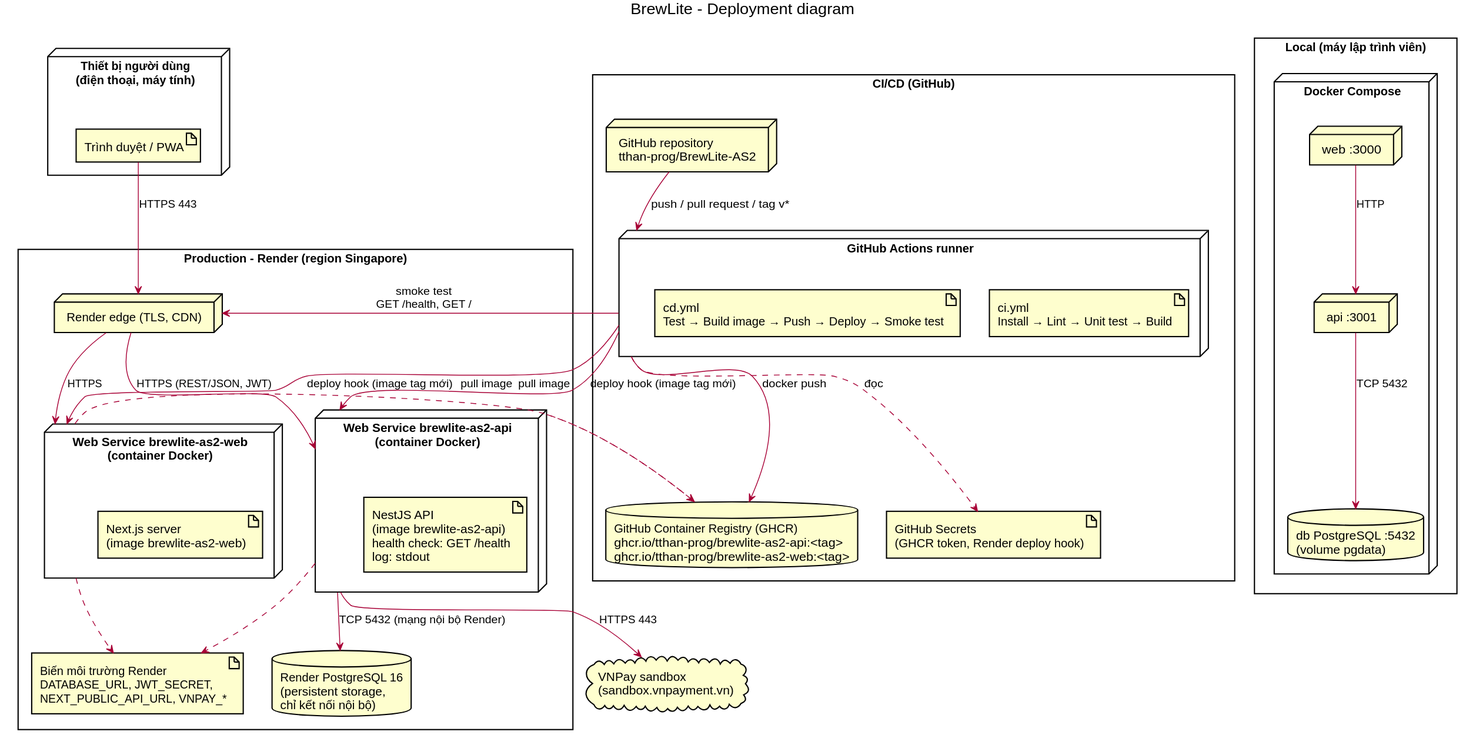
Before: docs/architecture/deployment-diagram.svg, a diagram exported from PlantUML (tthan-prog/BrewLite-AS2). Source of this version:
```plantuml
@startuml deployment-diagram
skinparam shadowing false
skinparam defaultFontName Arial
title BrewLite - Deployment diagram

rectangle "Local (máy lập trình viên)" as Local {
  node "Docker Compose" as Compose {
    node "web :3000" as LWeb
    node "api :3001" as LApi
    database "db PostgreSQL :5432\n(volume pgdata)" as LDb
  }
  LWeb --> LApi : HTTP
  LApi --> LDb : TCP 5432
}

rectangle "CI/CD (GitHub)" as CI {
  node "GitHub repository\ntthan-prog/BrewLite-AS2" as Repo
  node "GitHub Actions runner" as Runner {
    artifact "ci.yml\nInstall → Lint → Unit test → Build" as CiWf
    artifact "cd.yml\nTest → Build image → Push → Deploy → Smoke test" as CdWf
  }
  database "GitHub Container Registry (GHCR)\nghcr.io/tthan-prog/brewlite-as2-api:<tag>\nghcr.io/tthan-prog/brewlite-as2-web:<tag>" as GHCR
  artifact "GitHub Secrets\n(GHCR token, Render deploy hook)" as GhSecrets
  Repo --> Runner : push / pull request / tag v*
  Runner --> GHCR : docker push
  Runner ..> GhSecrets : đọc
}

node "Thiết bị người dùng\n(điện thoại, máy tính)" as Device {
  artifact "Trình duyệt / PWA" as BrowserApp
}

rectangle "Production - Render (region Singapore)" as Prod {
  node "Render edge (TLS, CDN)" as Edge
  node "Web Service brewlite-as2-web\n(container Docker)" as RWeb {
    artifact "Next.js server\n(image brewlite-as2-web)" as WebArt
  }
  node "Web Service brewlite-as2-api\n(container Docker)" as RApi {
    artifact "NestJS API\n(image brewlite-as2-api)\nhealth check: GET /health\nlog: stdout" as ApiArt
  }
  database "Render PostgreSQL 16\n(persistent storage,\nchỉ kết nối nội bộ)" as RDb
  artifact "Biến môi trường Render\nDATABASE_URL, JWT_SECRET,\nNEXT_PUBLIC_API_URL, VNPAY_*" as Env
}

cloud "VNPay sandbox\n(sandbox.vnpayment.vn)" as VNP

BrowserApp --> Edge : HTTPS 443
Edge --> RWeb : HTTPS
Edge --> RApi : HTTPS (REST/JSON, JWT)
RApi --> RDb : TCP 5432 (mạng nội bộ Render)
RApi --> VNP : HTTPS 443
RWeb ..> Env
RApi ..> Env
Runner --> RApi : deploy hook (image tag mới)
Runner --> RWeb : deploy hook (image tag mới)
RApi ..> GHCR : pull image
RWeb ..> GHCR : pull image
Runner --> Edge : smoke test\nGET /health, GET /
@enduml
```
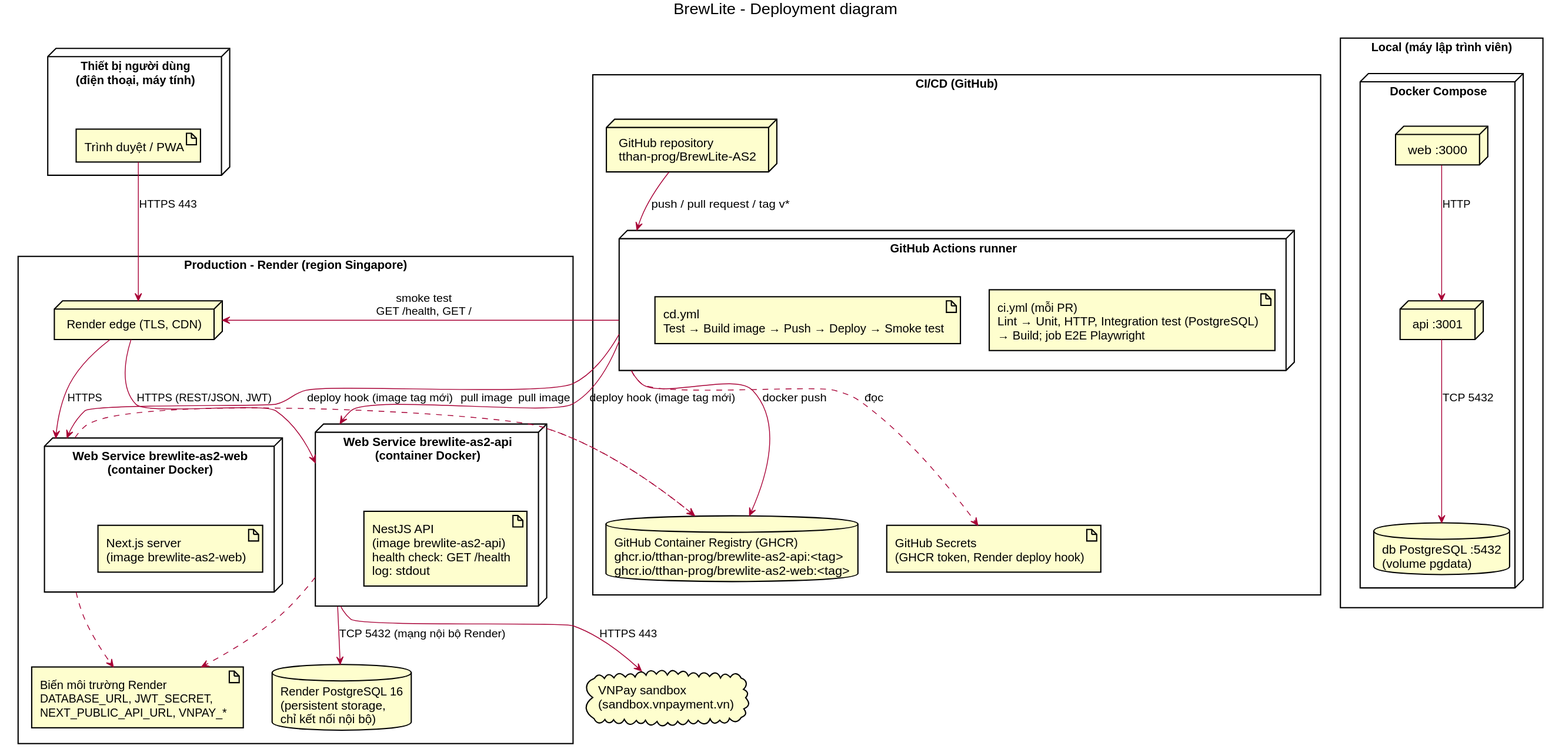
After the change.

The edit, as a diff of the source:
```diff
@@ -16,7 +16,7 @@
 rectangle "CI/CD (GitHub)" as CI {
   node "GitHub repository\ntthan-prog/BrewLite-AS2" as Repo
   node "GitHub Actions runner" as Runner {
-    artifact "ci.yml\nInstall → Lint → Unit test → Build" as CiWf
+    artifact "ci.yml (mỗi PR)\nLint → Unit, HTTP, Integration test (PostgreSQL)\n→ Build; job E2E Playwright" as CiWf
     artifact "cd.yml\nTest → Build image → Push → Deploy → Smoke test" as CdWf
   }
   database "GitHub Container Registry (GHCR)\nghcr.io/tthan-prog/brewlite-as2-api:<tag>\nghcr.io/tthan-prog/brewlite-as2-web:<tag>" as GHCR
```
